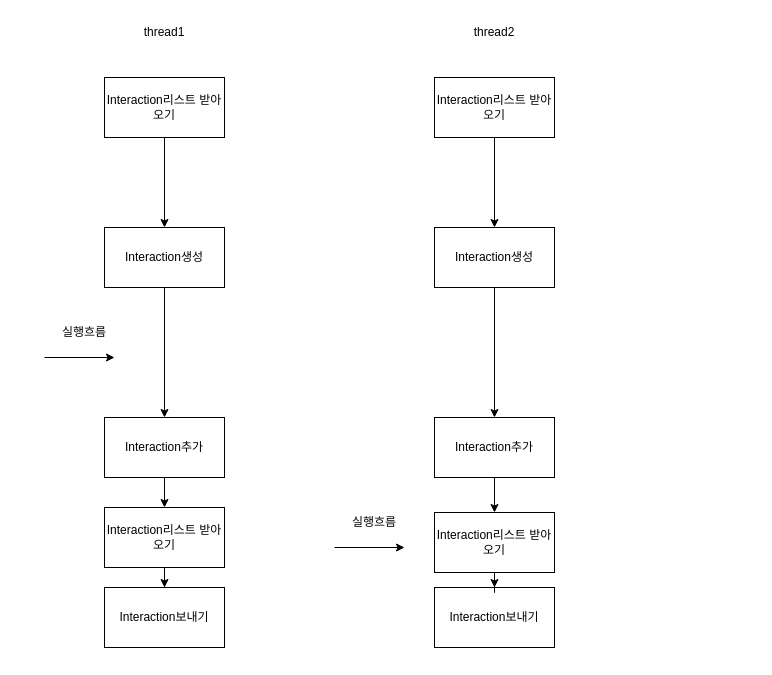
Earlier version of the draw.io diagram ClassDiagram/인게임 진입시 데이터 받을때 순서.drawio (JeahanPark/NetworkProject1). Source tidied: cells renumbered, new cells numbered last; positions are measured from the earlier drawing's top-left corner, leaving out a move shared by most shapes. Both pictures are drawn from the tidied source at 100%, with x=0, y=0 at pixel (44, 17).
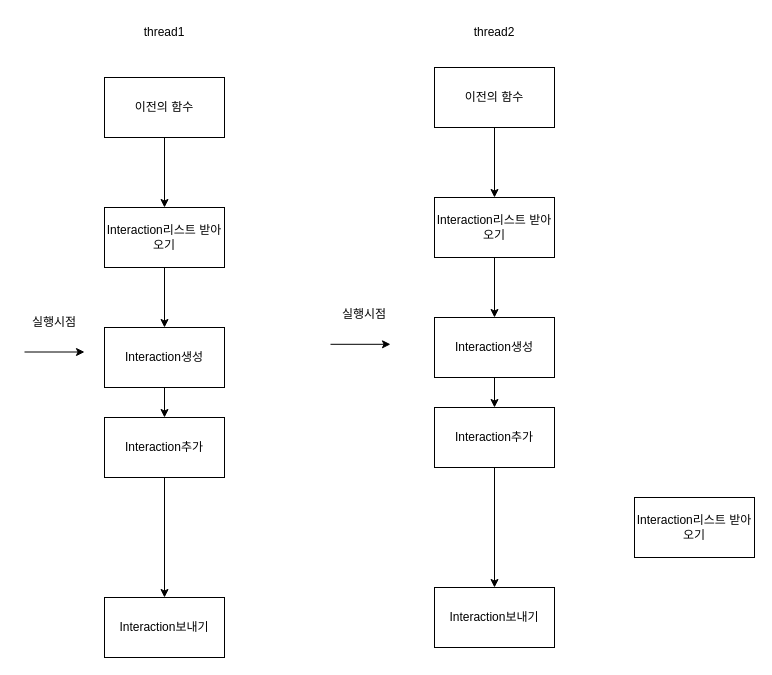
After the change.

Unchanged cells that the change refers to:
```xml
<mxCell id="15" value="Interaction보내기" style="rounded=0;whiteSpace=wrap;html=1;" parent="1" vertex="1">
  <mxGeometry x="390" y="570" width="120" height="60" as="geometry" />
</mxCell>
```

The edit, as a diff of the source:
```diff
@@
-    <mxCell id="2" style="edgeStyle=orthogonalEdgeStyle;rounded=0;jettySize=auto;html=1;" parent="1" edge="1" source="3" target="7">
-      <mxGeometry relative="1" as="geometry" />
-    </mxCell>
-    <mxCell id="3" value="Interaction생성" style="rounded=0;whiteSpace=wrap;html=1;" parent="1" vertex="1">
-      <mxGeometry x="60" y="210" width="120" height="60" as="geometry" />
-    </mxCell>
@@
-    <mxCell id="6" style="edgeStyle=orthogonalEdgeStyle;rounded=0;jettySize=auto;html=1;" parent="1" edge="1" source="7" target="25">
-      <mxGeometry relative="1" as="geometry" />
-    </mxCell>
-    <mxCell id="7" value="Interaction추가" style="rounded=0;whiteSpace=wrap;html=1;" parent="1" vertex="1">
-      <mxGeometry x="60" y="400" width="120" height="60" as="geometry" />
-    </mxCell>
-    <mxCell id="8" value="Interaction보내기" style="rounded=0;whiteSpace=wrap;html=1;" parent="1" vertex="1">
-      <mxGeometry x="60" y="570" width="120" height="60" as="geometry" />
-    </mxCell>
-    <mxCell id="9" style="edgeStyle=orthogonalEdgeStyle;rounded=0;jettySize=auto;html=1;" parent="1" edge="1" source="10" target="3">
-      <mxGeometry relative="1" as="geometry" />
-    </mxCell>
-    <mxCell id="10" value="Interaction리스트 받아오기" style="rounded=0;whiteSpace=wrap;html=1;" parent="1" vertex="1">
-      <mxGeometry x="60" y="60" width="120" height="60" as="geometry" />
-    </mxCell>
@@
     <mxCell id="12" value="Interaction생성" style="rounded=0;whiteSpace=wrap;html=1;" parent="1" vertex="1">
-      <mxGeometry x="390" y="210" width="120" height="60" as="geometry" />
+      <mxGeometry x="390" y="300" width="120" height="60" as="geometry" />
     </mxCell>
-    <mxCell id="13" style="edgeStyle=orthogonalEdgeStyle;rounded=0;jettySize=auto;html=1;" parent="1" edge="1" source="14" target="23">
-      <mxGeometry relative="1" as="geometry" />
-    </mxCell>
+    <mxCell id="26" style="edgeStyle=orthogonalEdgeStyle;rounded=0;jettySize=auto;html=1;" parent="1" edge="1" source="14" target="15">
+      <mxGeometry relative="1" as="geometry" />
+    </mxCell>
     <mxCell id="14" value="Interaction추가" style="rounded=0;whiteSpace=wrap;html=1;" parent="1" vertex="1">
-      <mxGeometry x="390" y="400" width="120" height="60" as="geometry" />
+      <mxGeometry x="390" y="390" width="120" height="60" as="geometry" />
     </mxCell>
@@
     <mxCell id="17" value="Interaction리스트 받아오기" style="rounded=0;whiteSpace=wrap;html=1;" parent="1" vertex="1">
-      <mxGeometry x="390" y="60" width="120" height="60" as="geometry" />
+      <mxGeometry x="390" y="180" width="120" height="60" as="geometry" />
     </mxCell>
-    <mxCell id="18" value="실행흐름" style="text;html=1;strokeColor=none;fillColor=none;align=center;verticalAlign=middle;whiteSpace=wrap;rounded=0;" parent="1" vertex="1">
-      <mxGeometry x="10" y="300" width="60" height="30" as="geometry" />
-    </mxCell>
-    <mxCell id="19" style="endArrow=classic;html=1;rounded=0;" parent="1" edge="1">
-      <mxGeometry relative="1" as="geometry">
-        <mxPoint y="340" as="sourcePoint" />
-        <mxPoint x="70" y="340" as="targetPoint" />
-      </mxGeometry>
-    </mxCell>
-    <mxCell id="20" value="실행흐름" style="text;html=1;strokeColor=none;fillColor=none;align=center;verticalAlign=middle;whiteSpace=wrap;rounded=0;" parent="1" vertex="1">
-      <mxGeometry x="300" y="490" width="60" height="30" as="geometry" />
-    </mxCell>
-    <mxCell id="21" style="endArrow=classic;html=1;rounded=0;" parent="1" edge="1">
-      <mxGeometry relative="1" as="geometry">
-        <mxPoint x="290" y="530" as="sourcePoint" />
-        <mxPoint x="360" y="530" as="targetPoint" />
-      </mxGeometry>
-    </mxCell>
-    <mxCell id="22" style="edgeStyle=orthogonalEdgeStyle;rounded=0;jettySize=auto;html=1;" parent="1" edge="1" source="23" target="15">
-      <mxGeometry relative="1" as="geometry" />
-    </mxCell>
-    <mxCell id="23" value="Interaction리스트 받아오기" style="rounded=0;whiteSpace=wrap;html=1;" parent="1" vertex="1">
-      <mxGeometry x="390" y="495" width="120" height="60" as="geometry" />
-    </mxCell>
-    <mxCell id="24" style="edgeStyle=orthogonalEdgeStyle;rounded=0;jettySize=auto;html=1;" parent="1" edge="1" source="25" target="8">
-      <mxGeometry relative="1" as="geometry" />
-    </mxCell>
-    <mxCell id="25" value="Interaction리스트 받아오기" style="rounded=0;whiteSpace=wrap;html=1;" parent="1" vertex="1">
-      <mxGeometry x="60" y="490" width="120" height="60" as="geometry" />
-    </mxCell>
+    <mxCell id="27" style="endArrow=classic;html=1;rounded=0;" parent="1" edge="1">
+      <mxGeometry relative="1" as="geometry">
+        <mxPoint x="-20" y="334.5" as="sourcePoint" />
+        <mxPoint x="40" y="334.5" as="targetPoint" />
+      </mxGeometry>
+    </mxCell>
+    <mxCell id="28" value="실행시점" style="text;html=1;strokeColor=none;fillColor=none;align=center;verticalAlign=middle;whiteSpace=wrap;rounded=0;" parent="1" vertex="1">
+      <mxGeometry x="-20" y="290" width="60" height="30" as="geometry" />
+    </mxCell>
+    <mxCell id="29" style="endArrow=classic;html=1;rounded=0;" parent="1" edge="1">
+      <mxGeometry relative="1" as="geometry">
+        <mxPoint x="286" y="326.8" as="sourcePoint" />
+        <mxPoint x="346" y="326.8" as="targetPoint" />
+      </mxGeometry>
+    </mxCell>
+    <mxCell id="30" value="실행시점" style="text;html=1;strokeColor=none;fillColor=none;align=center;verticalAlign=middle;whiteSpace=wrap;rounded=0;" parent="1" vertex="1">
+      <mxGeometry x="280" y="282.2" width="80" height="30" as="geometry" />
+    </mxCell>
+    <mxCell id="31" style="edgeStyle=orthogonalEdgeStyle;rounded=0;jettySize=auto;html=1;" parent="1" edge="1" source="32" target="17">
+      <mxGeometry relative="1" as="geometry" />
+    </mxCell>
+    <mxCell id="32" value="이전의 함수" style="rounded=0;whiteSpace=wrap;html=1;" parent="1" vertex="1">
+      <mxGeometry x="390" y="50" width="120" height="60" as="geometry" />
+    </mxCell>
+    <mxCell id="2" style="edgeStyle=orthogonalEdgeStyle;rounded=0;jettySize=auto;html=1;" parent="1" edge="1" source="3" target="7">
+      <mxGeometry relative="1" as="geometry" />
+    </mxCell>
+    <mxCell id="3" value="Interaction생성" style="rounded=0;whiteSpace=wrap;html=1;" parent="1" vertex="1">
+      <mxGeometry x="60" y="310" width="120" height="60" as="geometry" />
+    </mxCell>
+    <mxCell id="33" style="edgeStyle=orthogonalEdgeStyle;rounded=0;jettySize=auto;html=1;" parent="1" edge="1" source="7" target="8">
+      <mxGeometry relative="1" as="geometry" />
+    </mxCell>
+    <mxCell id="7" value="Interaction추가" style="rounded=0;whiteSpace=wrap;html=1;" parent="1" vertex="1">
+      <mxGeometry x="60" y="400" width="120" height="60" as="geometry" />
+    </mxCell>
+    <mxCell id="8" value="Interaction보내기" style="rounded=0;whiteSpace=wrap;html=1;" parent="1" vertex="1">
+      <mxGeometry x="60" y="580" width="120" height="60" as="geometry" />
+    </mxCell>
+    <mxCell id="34" style="edgeStyle=orthogonalEdgeStyle;rounded=0;jettySize=auto;html=1;" parent="1" edge="1" source="35" target="3">
+      <mxGeometry relative="1" as="geometry" />
+    </mxCell>
+    <mxCell id="35" value="Interaction리스트 받아오기" style="rounded=0;whiteSpace=wrap;html=1;" parent="1" vertex="1">
+      <mxGeometry x="60" y="190" width="120" height="60" as="geometry" />
+    </mxCell>
+    <mxCell id="36" style="edgeStyle=orthogonalEdgeStyle;rounded=0;jettySize=auto;html=1;" parent="1" edge="1" source="37" target="35">
+      <mxGeometry relative="1" as="geometry" />
+    </mxCell>
+    <mxCell id="37" value="이전의 함수" style="rounded=0;whiteSpace=wrap;html=1;" parent="1" vertex="1">
+      <mxGeometry x="60" y="60" width="120" height="60" as="geometry" />
+    </mxCell>
+    <mxCell id="38" value="Interaction리스트 받아오기" style="rounded=0;whiteSpace=wrap;html=1;" parent="1" vertex="1">
+      <mxGeometry x="590" y="480" width="120" height="60" as="geometry" />
+    </mxCell>
```
